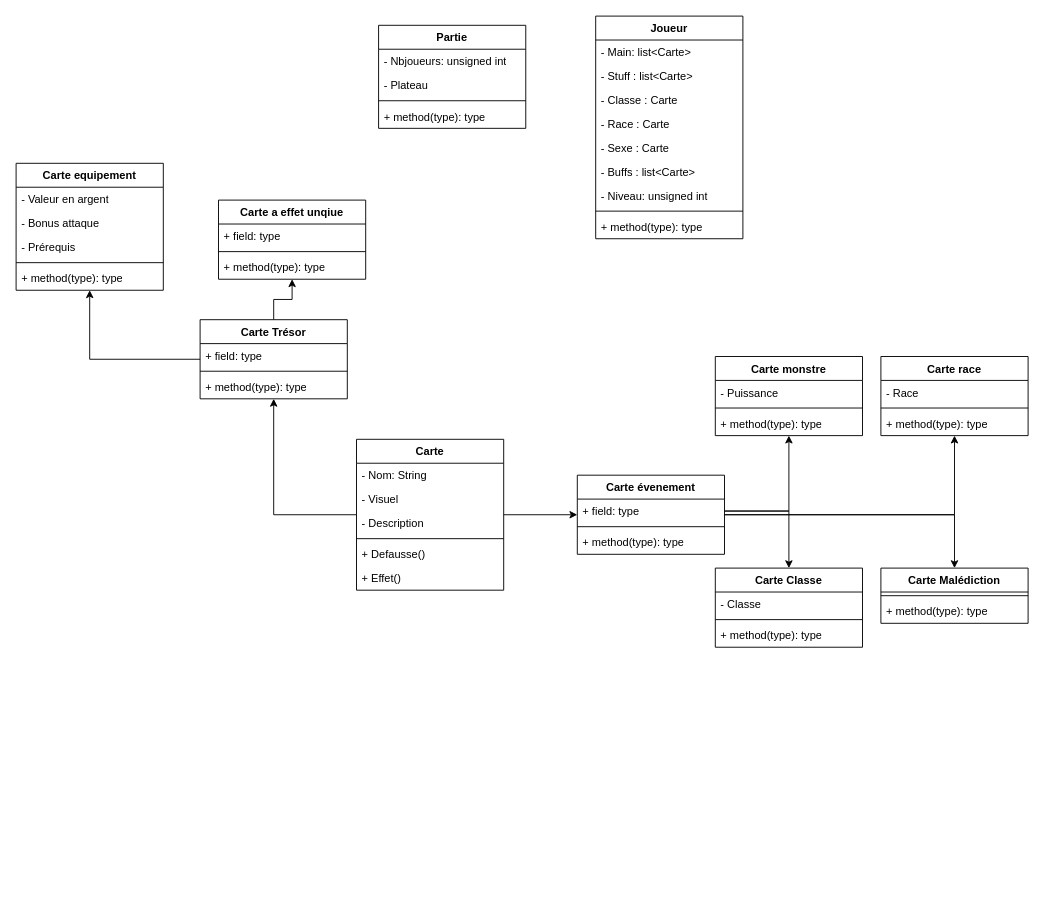
This is Diagramme classe.drawio from hugoallaine/AP4B_Project, a draw.io file, before an edit. Source tidied: cells renumbered, new cells numbered last; positions are measured from the earlier drawing's top-left corner, leaving out a move shared by most shapes. Both pictures are drawn from the tidied source at 92%, with x=0, y=0 at pixel (16, 16).
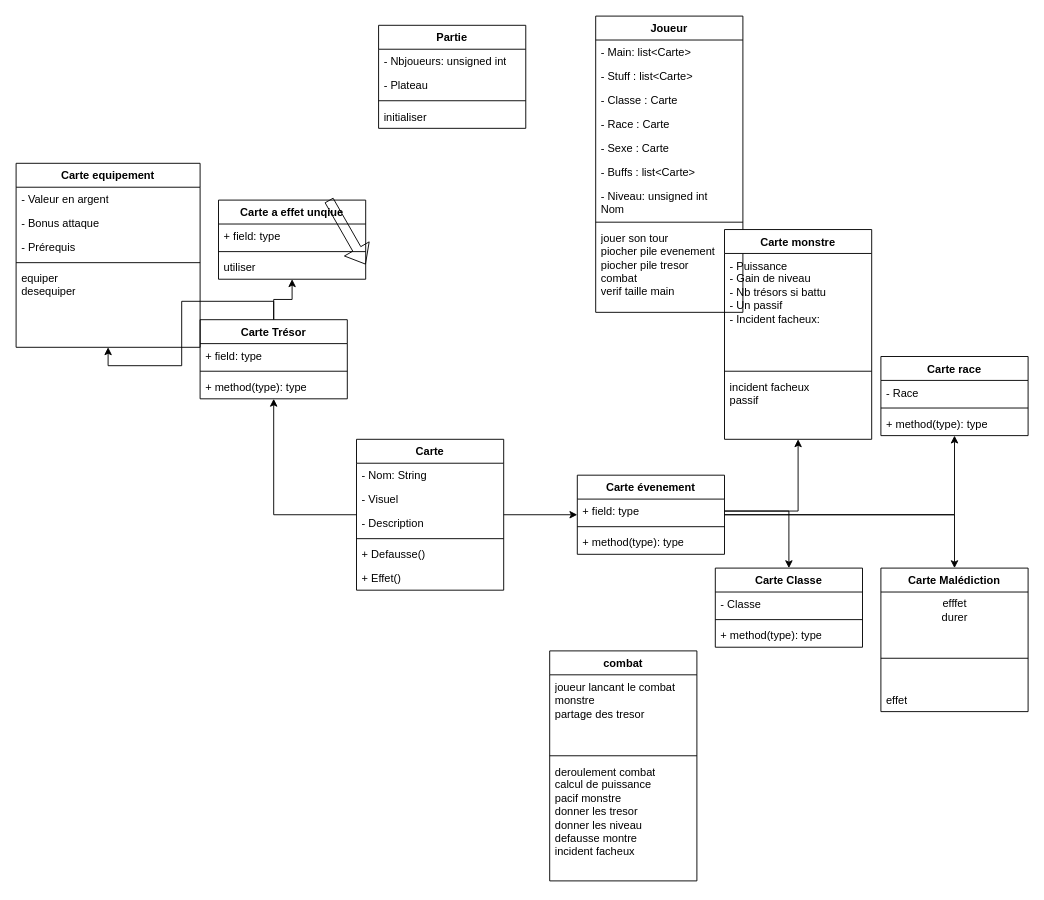
The same page after the edit.

Commit message:
mon cul

Unchanged cells that the change refers to:
```xml
<mxCell id="2" value="Partie" style="swimlane;fontStyle=1;align=center;verticalAlign=top;horizontal=1;startSize=26;whiteSpace=wrap;html=1;" parent="1" vertex="1">
  <mxGeometry x="394" y="10" width="160" height="112" as="geometry" />
</mxCell>
<mxCell id="38" value="Carte a effet unqiue" style="swimlane;fontStyle=1;align=center;verticalAlign=top;horizontal=1;startSize=26;whiteSpace=wrap;html=1;" parent="1" vertex="1">
  <mxGeometry x="220" y="200" width="160" height="86" as="geometry" />
</mxCell>
```

Change to the diagram source:
```diff
@@
-    <mxCell id="6" value="+ method(type): type" style="text;strokeColor=none;fillColor=none;align=left;verticalAlign=top;spacingLeft=4;spacingRight=4;overflow=hidden;whiteSpace=wrap;html=1;" parent="2" vertex="1">
+    <mxCell id="6" value="&lt;div&gt;initialiser&lt;/div&gt;&lt;div&gt;&lt;br&gt;&lt;/div&gt;" style="text;strokeColor=none;fillColor=none;align=left;verticalAlign=top;spacingLeft=4;spacingRight=4;overflow=hidden;whiteSpace=wrap;html=1;" parent="2" vertex="1">
       <mxGeometry y="86" width="160" height="26" as="geometry" />
     </mxCell>
     <mxCell id="7" value="Joueur" style="swimlane;fontStyle=1;align=center;verticalAlign=top;horizontal=1;startSize=26;whiteSpace=wrap;html=1;" parent="1" vertex="1">
-      <mxGeometry x="630" width="160" height="242" as="geometry" />
+      <mxGeometry x="630" width="160" height="322" as="geometry" />
     </mxCell>
@@
-    <mxCell id="14" value="- Niveau: unsigned int" style="text;strokeColor=none;fillColor=none;align=left;verticalAlign=top;spacingLeft=4;spacingRight=4;overflow=hidden;whiteSpace=wrap;html=1;" parent="7" vertex="1">
-      <mxGeometry y="182" width="160" height="26" as="geometry" />
+    <mxCell id="14" value="&lt;div&gt;- Niveau: unsigned int&lt;/div&gt;&lt;div&gt;Nom&lt;br&gt;&lt;/div&gt;" style="text;strokeColor=none;fillColor=none;align=left;verticalAlign=top;spacingLeft=4;spacingRight=4;overflow=hidden;whiteSpace=wrap;html=1;" parent="7" vertex="1">
+      <mxGeometry y="182" width="160" height="38" as="geometry" />
     </mxCell>
     <mxCell id="15" style="line;strokeWidth=1;fillColor=none;align=left;verticalAlign=middle;spacingTop=-1;spacingLeft=3;spacingRight=3;labelPosition=right;strokeColor=inherit;" parent="7" vertex="1">
-      <mxGeometry y="208" width="160" height="8" as="geometry" />
+      <mxGeometry y="220" width="160" height="8" as="geometry" />
     </mxCell>
-    <mxCell id="16" value="+ method(type): type" style="text;strokeColor=none;fillColor=none;align=left;verticalAlign=top;spacingLeft=4;spacingRight=4;overflow=hidden;whiteSpace=wrap;html=1;" parent="7" vertex="1">
-      <mxGeometry y="216" width="160" height="26" as="geometry" />
+    <mxCell id="16" value="&lt;div&gt;jouer son tour&lt;br&gt;&lt;/div&gt;&lt;div&gt;piocher pile evenement&lt;/div&gt;&lt;div&gt;piocher pile tresor&lt;/div&gt;&lt;div&gt;combat&lt;/div&gt;&lt;div&gt;verif taille main&lt;br&gt;&lt;/div&gt;" style="text;strokeColor=none;fillColor=none;align=left;verticalAlign=top;spacingLeft=4;spacingRight=4;overflow=hidden;whiteSpace=wrap;html=1;" parent="7" vertex="1">
+      <mxGeometry y="228" width="160" height="94" as="geometry" />
     </mxCell>
@@
     <mxCell id="32" value="Carte equipement" style="swimlane;fontStyle=1;align=center;verticalAlign=top;horizontal=1;startSize=26;whiteSpace=wrap;html=1;" parent="1" vertex="1">
-      <mxGeometry y="160" width="160" height="138" as="geometry" />
+      <mxGeometry y="160" width="200" height="200" as="geometry" />
     </mxCell>
     <mxCell id="33" value="- Valeur en argent" style="text;strokeColor=none;fillColor=none;align=left;verticalAlign=top;spacingLeft=4;spacingRight=4;overflow=hidden;whiteSpace=wrap;html=1;" parent="32" vertex="1">
-      <mxGeometry y="26" width="160" height="26" as="geometry" />
+      <mxGeometry y="26" width="200" height="26" as="geometry" />
     </mxCell>
     <mxCell id="34" value="- Bonus attaque" style="text;strokeColor=none;fillColor=none;align=left;verticalAlign=top;spacingLeft=4;spacingRight=4;overflow=hidden;whiteSpace=wrap;html=1;" parent="32" vertex="1">
-      <mxGeometry y="52" width="160" height="26" as="geometry" />
+      <mxGeometry y="52" width="200" height="26" as="geometry" />
     </mxCell>
     <mxCell id="35" value="- Prérequis" style="text;strokeColor=none;fillColor=none;align=left;verticalAlign=top;spacingLeft=4;spacingRight=4;overflow=hidden;whiteSpace=wrap;html=1;" parent="32" vertex="1">
-      <mxGeometry y="78" width="160" height="26" as="geometry" />
+      <mxGeometry y="78" width="200" height="26" as="geometry" />
     </mxCell>
     <mxCell id="36" style="line;strokeWidth=1;fillColor=none;align=left;verticalAlign=middle;spacingTop=-1;spacingLeft=3;spacingRight=3;labelPosition=right;strokeColor=inherit;" parent="32" vertex="1">
-      <mxGeometry y="104" width="160" height="8" as="geometry" />
+      <mxGeometry y="104" width="200" height="8" as="geometry" />
     </mxCell>
-    <mxCell id="37" value="+ method(type): type" style="text;strokeColor=none;fillColor=none;align=left;verticalAlign=top;spacingLeft=4;spacingRight=4;overflow=hidden;whiteSpace=wrap;html=1;" parent="32" vertex="1">
-      <mxGeometry y="112" width="160" height="26" as="geometry" />
+    <mxCell id="37" value="&lt;div&gt;equiper&lt;/div&gt;&lt;div&gt;desequiper&lt;/div&gt;&lt;div&gt;&lt;br&gt;&lt;/div&gt;" style="text;strokeColor=none;fillColor=none;align=left;verticalAlign=top;spacingLeft=4;spacingRight=4;overflow=hidden;whiteSpace=wrap;html=1;" parent="32" vertex="1">
+      <mxGeometry y="112" width="200" height="88" as="geometry" />
     </mxCell>
@@
-    <mxCell id="41" value="+ method(type): type" style="text;strokeColor=none;fillColor=none;align=left;verticalAlign=top;spacingLeft=4;spacingRight=4;overflow=hidden;whiteSpace=wrap;html=1;" parent="38" vertex="1">
+    <mxCell id="41" value="utiliser" style="text;strokeColor=none;fillColor=none;align=left;verticalAlign=top;spacingLeft=4;spacingRight=4;overflow=hidden;whiteSpace=wrap;html=1;" parent="38" vertex="1">
       <mxGeometry y="60" width="160" height="26" as="geometry" />
     </mxCell>
@@
     <mxCell id="48" value="Carte monstre" style="swimlane;fontStyle=1;align=center;verticalAlign=top;horizontal=1;startSize=26;whiteSpace=wrap;html=1;" parent="1" vertex="1">
-      <mxGeometry x="760" y="370" width="160" height="86" as="geometry" />
+      <mxGeometry x="770" y="232" width="160" height="228" as="geometry" />
     </mxCell>
-    <mxCell id="49" value="- Puissance" style="text;strokeColor=none;fillColor=none;align=left;verticalAlign=top;spacingLeft=4;spacingRight=4;overflow=hidden;whiteSpace=wrap;html=1;" parent="48" vertex="1">
-      <mxGeometry y="26" width="160" height="26" as="geometry" />
+    <mxCell id="49" value="- Puissance&lt;br&gt;- Gain de niveau&lt;br&gt;- Nb trésors si battu&lt;br&gt;- Un passif&lt;br&gt;- Incident facheux:" style="text;strokeColor=none;fillColor=none;align=left;verticalAlign=top;spacingLeft=4;spacingRight=4;overflow=hidden;whiteSpace=wrap;html=1;" parent="48" vertex="1">
+      <mxGeometry y="26" width="160" height="124" as="geometry" />
     </mxCell>
     <mxCell id="50" style="line;strokeWidth=1;fillColor=none;align=left;verticalAlign=middle;spacingTop=-1;spacingLeft=3;spacingRight=3;labelPosition=right;strokeColor=inherit;" parent="48" vertex="1">
-      <mxGeometry y="52" width="160" height="8" as="geometry" />
+      <mxGeometry y="150" width="160" height="8" as="geometry" />
     </mxCell>
-    <mxCell id="51" value="+ method(type): type" style="text;strokeColor=none;fillColor=none;align=left;verticalAlign=top;spacingLeft=4;spacingRight=4;overflow=hidden;whiteSpace=wrap;html=1;" parent="48" vertex="1">
-      <mxGeometry y="60" width="160" height="26" as="geometry" />
+    <mxCell id="51" value="&lt;div&gt;incident facheux&lt;/div&gt;passif" style="text;strokeColor=none;fillColor=none;align=left;verticalAlign=top;spacingLeft=4;spacingRight=4;overflow=hidden;whiteSpace=wrap;html=1;" parent="48" vertex="1">
+      <mxGeometry y="158" width="160" height="70" as="geometry" />
     </mxCell>
     <mxCell id="52" value="Carte Malédiction" style="swimlane;fontStyle=1;align=center;verticalAlign=top;horizontal=1;startSize=26;whiteSpace=wrap;html=1;" parent="1" vertex="1">
-      <mxGeometry x="940" y="600" width="160" height="60" as="geometry" />
+      <mxGeometry x="940" y="600" width="160" height="156" as="geometry" />
     </mxCell>
+    <mxCell id="65" value="&lt;div&gt;efffet&lt;/div&gt;&lt;div&gt;durer&lt;/div&gt;" style="text;html=1;align=center;verticalAlign=middle;strokeColor=none;fillColor=none;" parent="52" vertex="1">
+      <mxGeometry y="26" width="160" height="40" as="geometry" />
+    </mxCell>
     <mxCell id="53" style="line;strokeWidth=1;fillColor=none;align=left;verticalAlign=middle;spacingTop=-1;spacingLeft=3;spacingRight=3;labelPosition=right;strokeColor=inherit;" parent="52" vertex="1">
-      <mxGeometry y="26" width="160" height="8" as="geometry" />
+      <mxGeometry y="66" width="160" height="64" as="geometry" />
     </mxCell>
-    <mxCell id="54" value="+ method(type): type" style="text;strokeColor=none;fillColor=none;align=left;verticalAlign=top;spacingLeft=4;spacingRight=4;overflow=hidden;whiteSpace=wrap;html=1;" parent="52" vertex="1">
-      <mxGeometry y="34" width="160" height="26" as="geometry" />
+    <mxCell id="54" value="&lt;div&gt;effet&lt;/div&gt;" style="text;strokeColor=none;fillColor=none;align=left;verticalAlign=top;spacingLeft=4;spacingRight=4;overflow=hidden;whiteSpace=wrap;html=1;" parent="52" vertex="1">
+      <mxGeometry y="130" width="160" height="26" as="geometry" />
     </mxCell>
@@
+    <mxCell id="66" value="combat" style="swimlane;fontStyle=1;align=center;verticalAlign=top;horizontal=1;startSize=26;whiteSpace=wrap;html=1;" parent="1" vertex="1">
+      <mxGeometry x="580" y="690" width="160" height="250" as="geometry" />
+    </mxCell>
+    <mxCell id="67" value="&lt;div&gt;joueur lancant le combat&lt;br&gt;&lt;/div&gt;&lt;div&gt;monstre&lt;/div&gt;&lt;div&gt;partage des tresor&lt;br&gt;&lt;/div&gt;" style="text;strokeColor=none;fillColor=none;align=left;verticalAlign=top;spacingLeft=4;spacingRight=4;overflow=hidden;whiteSpace=wrap;html=1;" parent="66" vertex="1">
+      <mxGeometry y="26" width="160" height="84" as="geometry" />
+    </mxCell>
+    <mxCell id="68" style="line;strokeWidth=1;fillColor=none;align=left;verticalAlign=middle;spacingTop=-1;spacingLeft=3;spacingRight=3;labelPosition=right;strokeColor=inherit;" parent="66" vertex="1">
+      <mxGeometry y="110" width="160" height="8" as="geometry" />
+    </mxCell>
+    <mxCell id="69" value="&lt;div&gt;deroulement combat&lt;br&gt;&lt;/div&gt;&lt;div&gt;calcul de puissance&lt;br&gt;&lt;/div&gt;&lt;div&gt;pacif monstre&lt;br&gt;&lt;/div&gt;&lt;div&gt;donner les tresor&lt;/div&gt;&lt;div&gt;donner les niveau&lt;/div&gt;&lt;div&gt;defausse montre&lt;/div&gt;&lt;div&gt;incident facheux&lt;br&gt;&lt;/div&gt;" style="text;strokeColor=none;fillColor=none;align=left;verticalAlign=top;spacingLeft=4;spacingRight=4;overflow=hidden;whiteSpace=wrap;html=1;" parent="66" vertex="1">
+      <mxGeometry y="118" width="160" height="132" as="geometry" />
+    </mxCell>
+    <mxCell id="70" style="shape=flexArrow;endArrow=classic;html=1;rounded=0;exitX=0.75;exitY=0;exitDx=0;exitDy=0;" parent="1" edge="1" source="38">
+      <mxGeometry relative="1" as="geometry">
+        <mxPoint x="380" y="270" as="targetPoint" />
+      </mxGeometry>
+    </mxCell>
```
